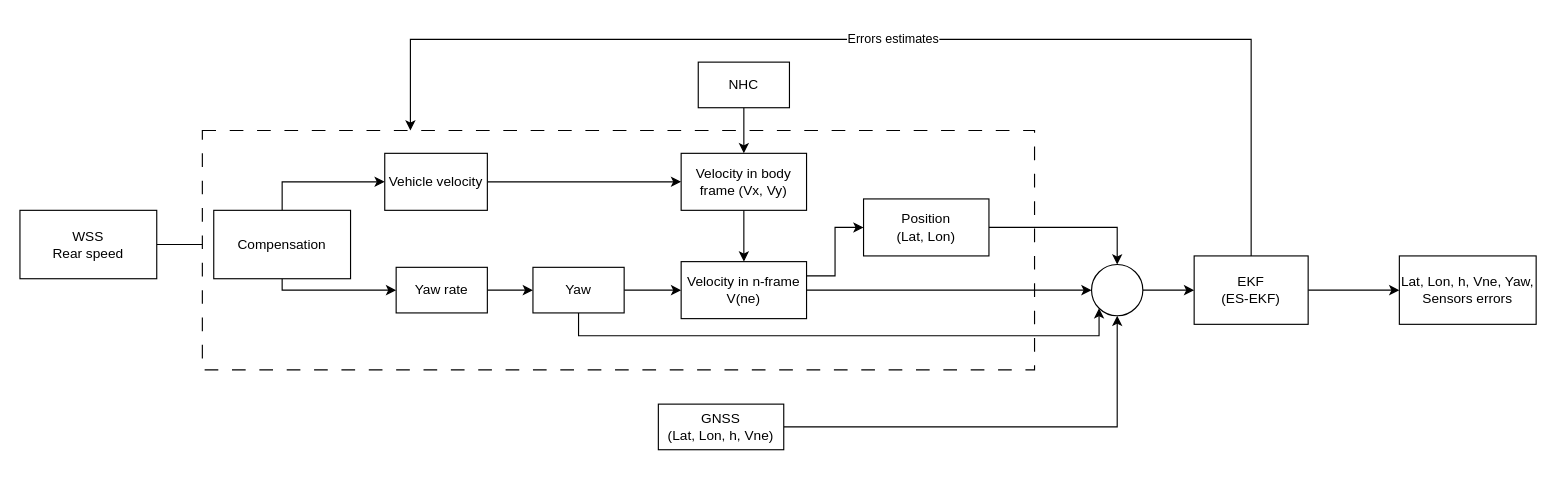
Kaloum2/KFs keeps this draw.io diagram as page "GNSS_ODO" (7 of 7) of KFs_Geo.drawio. Above is the earlier version. Source tidied: cells renumbered, new cells numbered last; positions are measured from the earlier drawing's top-left corner, leaving out a move shared by most shapes. Both pictures are drawn from the tidied source at 114%, with x=0, y=0 at pixel (19, 39).
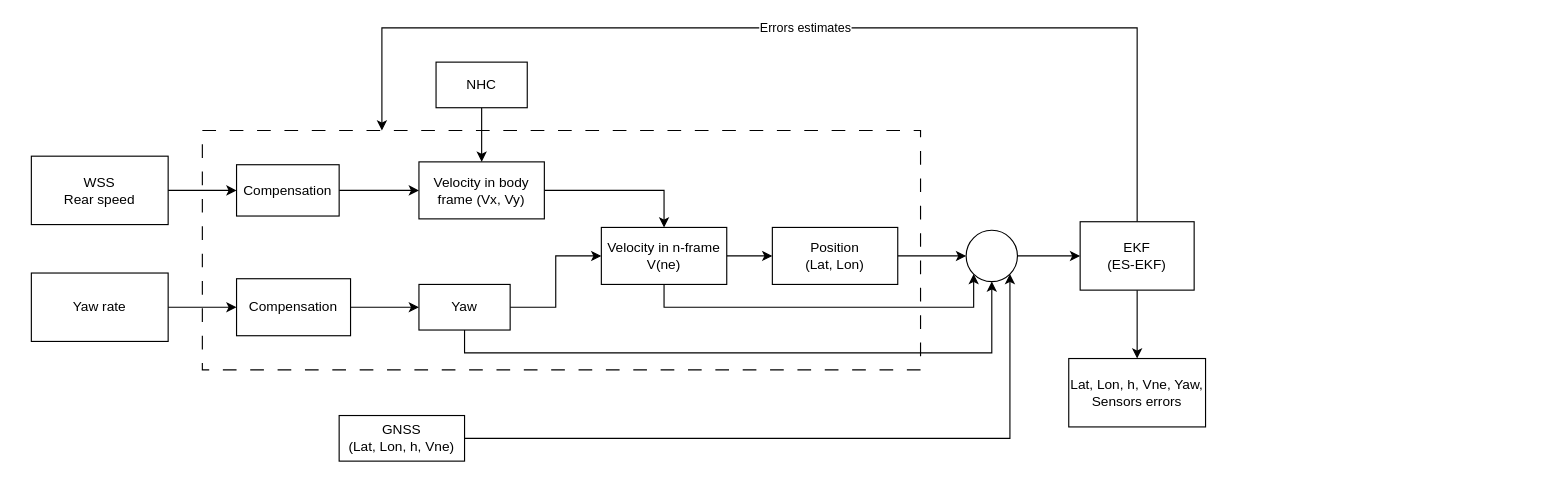
After the change.

Commit message:
Mettre à jour KFs_Geo.drawio

What changed in the source:
```diff
@@
-    <mxCell id="2" style="edgeStyle=orthogonalEdgeStyle;rounded=0;jettySize=auto;html=1;exitX=1;exitY=0.5;exitDx=0;exitDy=0;" parent="1" edge="1" source="4" target="32">
-      <mxGeometry relative="1" as="geometry" />
-    </mxCell>
-    <mxCell id="3" style="edgeStyle=orthogonalEdgeStyle;rounded=0;jettySize=auto;html=1;" parent="1" edge="1" source="4" target="32">
-      <mxGeometry relative="1" as="geometry" />
-    </mxCell>
     <mxCell id="4" value="WSS&lt;br&gt;Rear speed" style="rounded=0;whiteSpace=wrap;html=1;" parent="1" vertex="1">
-      <mxGeometry y="150" width="120" height="60" as="geometry" />
+      <mxGeometry x="10" y="102.5" width="120" height="60" as="geometry" />
     </mxCell>
     <mxCell id="5" style="rounded=0;whiteSpace=wrap;html=1;dashed=1;dashPattern=12 12;" parent="1" vertex="1">
-      <mxGeometry x="160" y="80" width="730" height="210" as="geometry" />
+      <mxGeometry x="160" y="80" width="630" height="210" as="geometry" />
     </mxCell>
-    <mxCell id="6" style="edgeStyle=orthogonalEdgeStyle;rounded=0;jettySize=auto;html=1;exitX=1;exitY=0.5;exitDx=0;exitDy=0;" parent="1" edge="1" source="7" target="11">
-      <mxGeometry relative="1" as="geometry" />
-    </mxCell>
-    <mxCell id="7" value="Vehicle velocity" style="rounded=0;whiteSpace=wrap;html=1;" parent="1" vertex="1">
-      <mxGeometry x="320" y="100" width="90" height="50" as="geometry" />
-    </mxCell>
@@
-    <mxCell id="9" value="Yaw rate" style="rounded=0;whiteSpace=wrap;html=1;" parent="1" vertex="1">
-      <mxGeometry x="330" y="200" width="80" height="40" as="geometry" />
+    <mxCell id="9" value="Compensation" style="rounded=0;whiteSpace=wrap;html=1;" parent="1" vertex="1">
+      <mxGeometry x="190" y="210" width="100" height="50" as="geometry" />
     </mxCell>
-    <mxCell id="10" style="edgeStyle=orthogonalEdgeStyle;rounded=0;jettySize=auto;html=1;exitX=0.5;exitY=1;exitDx=0;exitDy=0;" parent="1" edge="1" source="11" target="17">
+    <mxCell id="10" style="edgeStyle=orthogonalEdgeStyle;rounded=0;jettySize=auto;html=1;exitX=1;exitY=0.5;exitDx=0;exitDy=0;entryX=0.5;entryY=0;entryDx=0;entryDy=0;" parent="1" edge="1" source="11" target="17">
       <mxGeometry relative="1" as="geometry" />
     </mxCell>
     <mxCell id="11" value="Velocity in body frame (Vx, Vy)" style="rounded=0;whiteSpace=wrap;html=1;" parent="1" vertex="1">
-      <mxGeometry x="580" y="100" width="110" height="50" as="geometry" />
+      <mxGeometry x="350" y="107.5" width="110" height="50" as="geometry" />
     </mxCell>
@@
-    <mxCell id="13" style="edgeStyle=orthogonalEdgeStyle;rounded=0;jettySize=auto;html=1;exitX=0.5;exitY=1;exitDx=0;exitDy=0;entryX=0;entryY=1;entryDx=0;entryDy=0;" parent="1" edge="1" source="14" target="21">
-      <mxGeometry relative="1" as="geometry">
-        <Array as="points">
-          <mxPoint x="490" y="260" />
-          <mxPoint x="947" y="260" />
-        </Array>
-      </mxGeometry>
+    <mxCell id="13" style="edgeStyle=orthogonalEdgeStyle;rounded=0;jettySize=auto;html=1;exitX=0.5;exitY=1;exitDx=0;exitDy=0;entryX=0.5;entryY=1;entryDx=0;entryDy=0;" parent="1" edge="1" source="14" target="21">
+      <mxGeometry relative="1" as="geometry" />
     </mxCell>
     <mxCell id="14" value="Yaw" style="rounded=0;whiteSpace=wrap;html=1;" parent="1" vertex="1">
-      <mxGeometry x="450" y="200" width="80" height="40" as="geometry" />
+      <mxGeometry x="350" y="215" width="80" height="40" as="geometry" />
     </mxCell>
-    <mxCell id="15" style="edgeStyle=orthogonalEdgeStyle;rounded=0;jettySize=auto;html=1;exitX=1;exitY=0.25;exitDx=0;exitDy=0;entryX=0;entryY=0.5;entryDx=0;entryDy=0;" parent="1" edge="1" source="17" target="19">
+    <mxCell id="15" style="edgeStyle=orthogonalEdgeStyle;rounded=0;jettySize=auto;html=1;exitX=1;exitY=0.5;exitDx=0;exitDy=0;entryX=0;entryY=0.5;entryDx=0;entryDy=0;" parent="1" edge="1" source="17" target="19">
       <mxGeometry relative="1" as="geometry" />
     </mxCell>
-    <mxCell id="16" style="edgeStyle=orthogonalEdgeStyle;rounded=0;jettySize=auto;html=1;exitX=1;exitY=0.5;exitDx=0;exitDy=0;entryX=0;entryY=0.5;entryDx=0;entryDy=0;" parent="1" edge="1" source="17" target="21">
+    <mxCell id="16" style="edgeStyle=orthogonalEdgeStyle;rounded=0;jettySize=auto;html=1;exitX=0.5;exitY=1;exitDx=0;exitDy=0;entryX=0;entryY=1;entryDx=0;entryDy=0;" parent="1" edge="1" source="17" target="21">
       <mxGeometry relative="1" as="geometry">
         <Array as="points">
-          <mxPoint x="820" y="220" />
-          <mxPoint x="820" y="220" />
+          <mxPoint x="565" y="235" />
+          <mxPoint x="837" y="235" />
         </Array>
       </mxGeometry>
     </mxCell>
     <mxCell id="17" value="Velocity in n-frame&lt;br&gt;V(ne)" style="rounded=0;whiteSpace=wrap;html=1;" parent="1" vertex="1">
-      <mxGeometry x="580" y="195" width="110" height="50" as="geometry" />
+      <mxGeometry x="510" y="165" width="110" height="50" as="geometry" />
     </mxCell>
-    <mxCell id="18" style="edgeStyle=orthogonalEdgeStyle;rounded=0;jettySize=auto;html=1;exitX=1;exitY=0.5;exitDx=0;exitDy=0;entryX=0.5;entryY=0;entryDx=0;entryDy=0;" parent="1" edge="1" source="19" target="21">
-      <mxGeometry relative="1" as="geometry">
-        <Array as="points">
-          <mxPoint x="963" y="165" />
-        </Array>
-      </mxGeometry>
+    <mxCell id="18" style="edgeStyle=orthogonalEdgeStyle;rounded=0;jettySize=auto;html=1;exitX=1;exitY=0.5;exitDx=0;exitDy=0;entryX=0;entryY=0.5;entryDx=0;entryDy=0;" parent="1" edge="1" source="19" target="21">
+      <mxGeometry relative="1" as="geometry" />
     </mxCell>
     <mxCell id="19" value="Position&lt;br&gt;(Lat, Lon)" style="rounded=0;whiteSpace=wrap;html=1;" parent="1" vertex="1">
-      <mxGeometry x="740" y="140" width="110" height="50" as="geometry" />
+      <mxGeometry x="660" y="165" width="110" height="50" as="geometry" />
     </mxCell>
@@
     <mxCell id="21" style="ellipse;whiteSpace=wrap;html=1;" parent="1" vertex="1">
-      <mxGeometry x="940" y="197.5" width="45" height="45" as="geometry" />
+      <mxGeometry x="830" y="167.5" width="45" height="45" as="geometry" />
     </mxCell>
@@
     <mxCell id="23" value="NHC" style="rounded=0;whiteSpace=wrap;html=1;" parent="1" vertex="1">
-      <mxGeometry x="595" y="20" width="80" height="40" as="geometry" />
+      <mxGeometry x="365" y="20" width="80" height="40" as="geometry" />
     </mxCell>
-    <mxCell id="24" style="edgeStyle=orthogonalEdgeStyle;rounded=0;jettySize=auto;html=1;exitX=1;exitY=0.5;exitDx=0;exitDy=0;entryX=0.5;entryY=1;entryDx=0;entryDy=0;" parent="1" edge="1" source="25" target="21">
+    <mxCell id="24" style="edgeStyle=orthogonalEdgeStyle;rounded=0;jettySize=auto;html=1;exitX=1;exitY=0.5;exitDx=0;exitDy=0;entryX=1;entryY=1;entryDx=0;entryDy=0;" parent="1" edge="1" source="25" target="21">
       <mxGeometry relative="1" as="geometry" />
     </mxCell>
     <mxCell id="25" value="GNSS&lt;br&gt;(Lat, Lon, h, Vne)" style="rounded=0;whiteSpace=wrap;html=1;" parent="1" vertex="1">
-      <mxGeometry x="560" y="320" width="110" height="40" as="geometry" />
+      <mxGeometry x="280" y="330" width="110" height="40" as="geometry" />
     </mxCell>
     <mxCell id="26" value="Errors estimates" style="edgeStyle=orthogonalEdgeStyle;rounded=0;jettySize=auto;html=1;exitX=0.5;exitY=0;exitDx=0;exitDy=0;entryX=0.25;entryY=0;entryDx=0;entryDy=0;" parent="1" edge="1" source="28" target="5">
       <mxGeometry relative="1" as="geometry">
         <Array as="points">
-          <mxPoint x="1080" />
-          <mxPoint x="343" />
+          <mxPoint x="980" y="-10" />
+          <mxPoint x="318" y="-10" />
         </Array>
       </mxGeometry>
     </mxCell>
-    <mxCell id="27" style="edgeStyle=orthogonalEdgeStyle;rounded=0;jettySize=auto;html=1;exitX=1;exitY=0.5;exitDx=0;exitDy=0;entryX=0;entryY=0.5;entryDx=0;entryDy=0;" parent="1" edge="1" source="28" target="29">
+    <mxCell id="27" style="edgeStyle=orthogonalEdgeStyle;rounded=0;jettySize=auto;html=1;exitX=0.5;exitY=1;exitDx=0;exitDy=0;entryX=0.5;entryY=0;entryDx=0;entryDy=0;" parent="1" edge="1" source="28" target="29">
       <mxGeometry relative="1" as="geometry" />
     </mxCell>
     <mxCell id="28" value="EKF&lt;br&gt;(ES-EKF)" style="rounded=0;whiteSpace=wrap;html=1;" parent="1" vertex="1">
-      <mxGeometry x="1030" y="190" width="100" height="60" as="geometry" />
+      <mxGeometry x="930" y="160" width="100" height="60" as="geometry" />
     </mxCell>
     <mxCell id="29" value="Lat, Lon, h, Vne, Yaw, Sensors errors" style="rounded=0;whiteSpace=wrap;html=1;" parent="1" vertex="1">
-      <mxGeometry x="1210" y="190" width="120" height="60" as="geometry" />
+      <mxGeometry x="920" y="280" width="120" height="60" as="geometry" />
     </mxCell>
-    <mxCell id="30" style="edgeStyle=orthogonalEdgeStyle;rounded=0;jettySize=auto;html=1;exitX=0.5;exitY=1;exitDx=0;exitDy=0;entryX=0;entryY=0.5;entryDx=0;entryDy=0;" parent="1" edge="1" source="32" target="9">
-      <mxGeometry relative="1" as="geometry">
-        <Array as="points">
-          <mxPoint x="230" y="220" />
-        </Array>
-      </mxGeometry>
-    </mxCell>
-    <mxCell id="31" style="edgeStyle=orthogonalEdgeStyle;rounded=0;jettySize=auto;html=1;exitX=0.5;exitY=0;exitDx=0;exitDy=0;entryX=0;entryY=0.5;entryDx=0;entryDy=0;" parent="1" edge="1" source="32" target="7">
-      <mxGeometry relative="1" as="geometry" />
-    </mxCell>
+    <mxCell id="33" style="edgeStyle=orthogonalEdgeStyle;rounded=0;jettySize=auto;html=1;exitX=1;exitY=0.5;exitDx=0;exitDy=0;entryX=0;entryY=0.5;entryDx=0;entryDy=0;" parent="1" edge="1" source="32" target="11">
+      <mxGeometry relative="1" as="geometry" />
+    </mxCell>
     <mxCell id="32" value="Compensation" style="rounded=0;whiteSpace=wrap;html=1;" parent="1" vertex="1">
-      <mxGeometry x="170" y="150" width="120" height="60" as="geometry" />
+      <mxGeometry x="190" y="110" width="90" height="45" as="geometry" />
     </mxCell>
+    <mxCell id="34" style="edgeStyle=orthogonalEdgeStyle;rounded=0;jettySize=auto;html=1;exitX=1;exitY=0.5;exitDx=0;exitDy=0;entryX=0;entryY=0.5;entryDx=0;entryDy=0;" parent="1" edge="1" source="35" target="9">
+      <mxGeometry relative="1" as="geometry" />
+    </mxCell>
+    <mxCell id="35" value="Yaw rate" style="rounded=0;whiteSpace=wrap;html=1;" parent="1" vertex="1">
+      <mxGeometry x="10" y="205" width="120" height="60" as="geometry" />
+    </mxCell>
+    <mxCell id="36" style="edgeStyle=orthogonalEdgeStyle;rounded=0;jettySize=auto;html=1;exitX=1;exitY=0.5;exitDx=0;exitDy=0;" parent="1" edge="1" source="4" target="32">
+      <mxGeometry relative="1" as="geometry" />
+    </mxCell>
```
